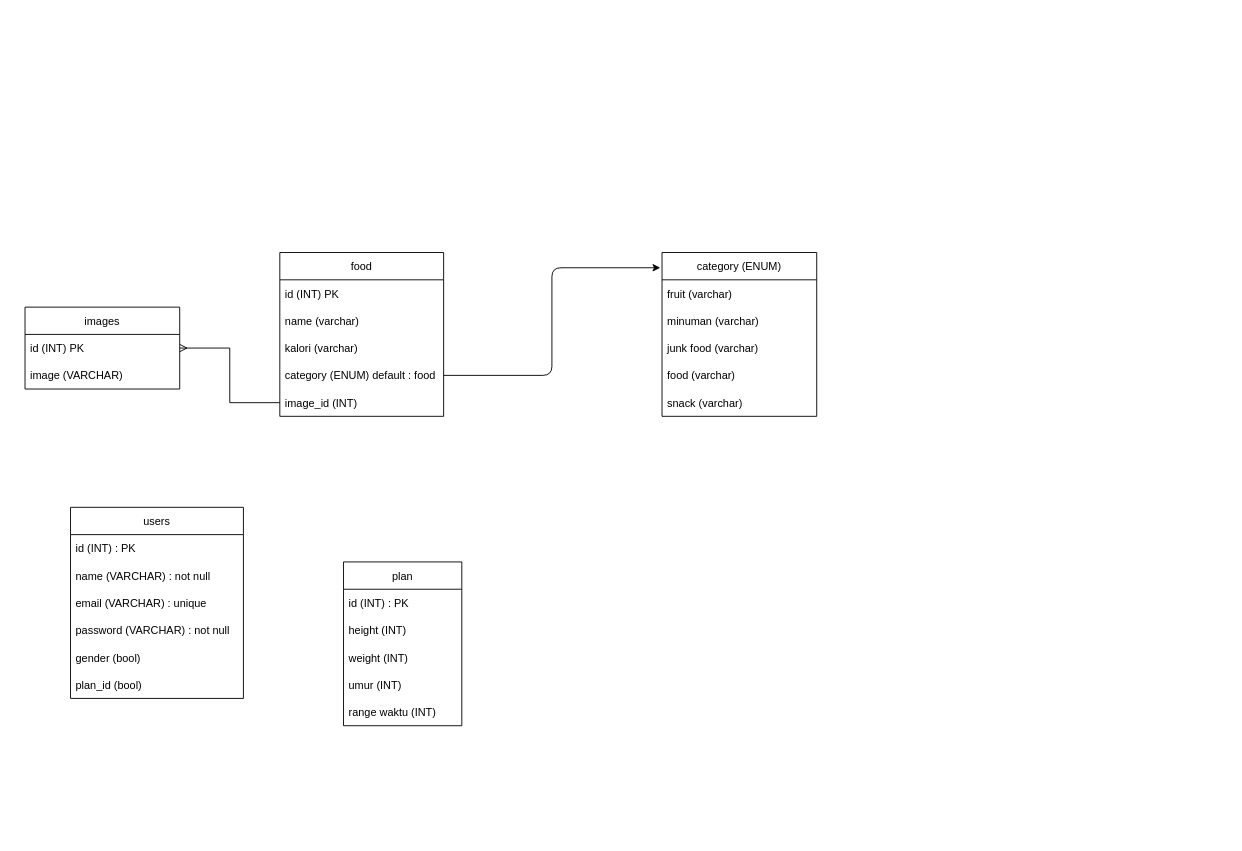
This is concepts/erd/ERD.drawio from FINAL-PROJECT-ALTA/BE, a draw.io file, before an edit. Source tidied: cells renumbered, new cells numbered last; positions are measured from the earlier drawing's top-left corner, leaving out a move shared by most shapes. Both pictures are drawn from the tidied source at 91%, with x=0, y=0 at pixel (25, 252).
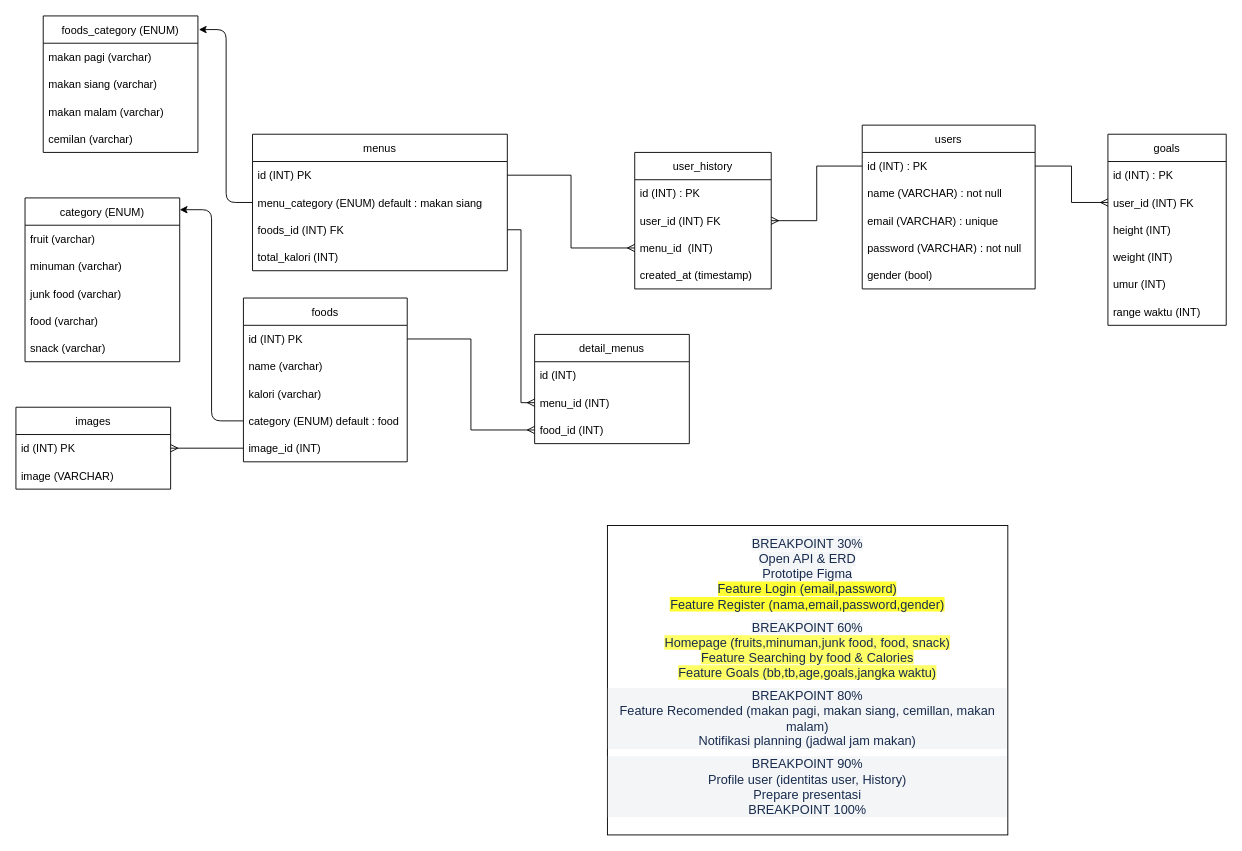
After the change.

The change refers to these unchanged cells:
```xml
<mxCell id="3" value="id (INT) : PK" style="text;strokeColor=none;fillColor=none;align=left;verticalAlign=middle;spacingLeft=4;spacingRight=4;overflow=hidden;points=[[0,0.5],[1,0.5]];portConstraint=eastwest;" parent="2" vertex="1">
  <mxGeometry y="30" width="190" height="30" as="geometry" />
</mxCell>
<mxCell id="20" value="id (INT) PK" style="text;strokeColor=none;fillColor=none;align=left;verticalAlign=middle;spacingLeft=4;spacingRight=4;overflow=hidden;points=[[0,0.5],[1,0.5]];portConstraint=eastwest;" parent="19" vertex="1">
  <mxGeometry y="30" width="180" height="30" as="geometry" />
</mxCell>
<mxCell id="23" value="category (ENUM) default : food" style="text;strokeColor=none;fillColor=none;align=left;verticalAlign=middle;spacingLeft=4;spacingRight=4;overflow=hidden;points=[[0,0.5],[1,0.5]];portConstraint=eastwest;" parent="19" vertex="1">
  <mxGeometry y="120" width="180" height="30" as="geometry" />
</mxCell>
```

Diff of the diagram source:
```diff
@@
     <mxCell id="2" value="users" style="swimlane;fontStyle=0;horizontal=1;startSize=30;" parent="1" vertex="1">
-      <mxGeometry x="50" y="280" width="190" height="210" as="geometry" />
+      <mxGeometry x="920" y="-140" width="190" height="180" as="geometry" />
     </mxCell>
@@
-    <mxCell id="8" value="plan_id (bool)" style="text;strokeColor=none;fillColor=none;align=left;verticalAlign=middle;spacingLeft=4;spacingRight=4;overflow=hidden;points=[[0,0.5],[1,0.5]];portConstraint=eastwest;" parent="2" vertex="1">
-      <mxGeometry y="180" width="190" height="30" as="geometry" />
-    </mxCell>
     <mxCell id="9" value="category (ENUM)" style="swimlane;fontStyle=0;horizontal=1;startSize=30;" parent="1" vertex="1">
-      <mxGeometry x="700" width="170" height="180" as="geometry" />
+      <mxGeometry y="-60" width="170" height="180" as="geometry" />
     </mxCell>
@@
     <mxCell id="15" value="images" style="swimlane;fontStyle=0;horizontal=1;startSize=30;" parent="1" vertex="1">
-      <mxGeometry y="60" width="170" height="90" as="geometry" />
+      <mxGeometry x="-10" y="170" width="170" height="90" as="geometry" />
     </mxCell>
@@
-    <mxCell id="19" value="food" style="swimlane;fontStyle=0;horizontal=1;startSize=30;" parent="1" vertex="1">
-      <mxGeometry x="280" width="180" height="180" as="geometry" />
+    <mxCell id="19" value="foods" style="swimlane;fontStyle=0;horizontal=1;startSize=30;" parent="1" vertex="1">
+      <mxGeometry x="240" y="50" width="180" height="180" as="geometry" />
     </mxCell>
@@
-    <mxCell id="25" value="plan" style="swimlane;fontStyle=0;horizontal=1;startSize=30;" parent="1" vertex="1">
-      <mxGeometry x="350" y="340" width="130" height="180" as="geometry" />
+    <mxCell id="25" value="goals" style="swimlane;fontStyle=0;horizontal=1;startSize=30;" parent="1" vertex="1">
+      <mxGeometry x="1190" y="-130" width="130" height="210" as="geometry" />
     </mxCell>
@@
+    <mxCell id="8" value="user_id (INT) FK" style="text;strokeColor=none;fillColor=none;align=left;verticalAlign=middle;spacingLeft=4;spacingRight=4;overflow=hidden;points=[[0,0.5],[1,0.5]];portConstraint=eastwest;" parent="25" vertex="1">
+      <mxGeometry y="60" width="130" height="30" as="geometry" />
+    </mxCell>
     <mxCell id="27" value="height (INT)" style="text;strokeColor=none;fillColor=none;align=left;verticalAlign=middle;spacingLeft=4;spacingRight=4;overflow=hidden;" parent="25" vertex="1">
-      <mxGeometry y="60" width="130" height="30" as="geometry" />
+      <mxGeometry y="90" width="130" height="30" as="geometry" />
     </mxCell>
     <mxCell id="28" value="weight (INT)" style="text;strokeColor=none;fillColor=none;align=left;verticalAlign=middle;spacingLeft=4;spacingRight=4;overflow=hidden;" parent="25" vertex="1">
-      <mxGeometry y="90" width="130" height="30" as="geometry" />
+      <mxGeometry y="120" width="130" height="30" as="geometry" />
     </mxCell>
     <mxCell id="29" value="umur (INT)" style="text;strokeColor=none;fillColor=none;align=left;verticalAlign=middle;spacingLeft=4;spacingRight=4;overflow=hidden;" parent="25" vertex="1">
-      <mxGeometry y="120" width="130" height="30" as="geometry" />
+      <mxGeometry y="150" width="130" height="30" as="geometry" />
     </mxCell>
     <mxCell id="30" value="range waktu (INT)" style="text;strokeColor=none;fillColor=none;align=left;verticalAlign=middle;spacingLeft=4;spacingRight=4;overflow=hidden;" parent="25" vertex="1">
-      <mxGeometry y="150" width="130" height="30" as="geometry" />
+      <mxGeometry y="180" width="130" height="30" as="geometry" />
     </mxCell>
-    <mxCell id="31" style="edgeStyle=elbowEdgeStyle;html=1;exitX=1;exitY=0.5;exitDx=0;exitDy=0;entryX=-0.011;entryY=0.093;entryDx=0;entryDy=0;entryPerimeter=0;" parent="1" edge="1" source="23" target="9">
+    <mxCell id="31" style="edgeStyle=elbowEdgeStyle;html=1;exitX=0;exitY=0.5;exitDx=0;exitDy=0;entryX=1;entryY=0.072;entryDx=0;entryDy=0;entryPerimeter=0;" parent="1" edge="1" source="23" target="9">
       <mxGeometry relative="1" as="geometry" />
     </mxCell>
+    <mxCell id="32" value="&lt;p dir=&quot;auto&quot; style=&quot;margin: 0px 0px 8px ; color: rgb(23 , 43 , 77) ; font-size: 14px&quot;&gt;&lt;span style=&quot;background-color: rgb(244 , 245 , 247)&quot;&gt;BREAKPOINT 30%&lt;/span&gt;&lt;br&gt;&lt;span style=&quot;background-color: rgb(244 , 245 , 247)&quot;&gt;Open API &amp;amp; ERD&lt;/span&gt;&lt;br&gt;&lt;span style=&quot;background-color: rgb(244 , 245 , 247)&quot;&gt;Prototipe Figma&lt;/span&gt;&lt;br&gt;&lt;span style=&quot;background-color: rgb(255 , 255 , 51)&quot;&gt;Feature Login (email,password)&lt;br&gt;Feature Register (nama,email,password,gender)&lt;/span&gt;&lt;/p&gt;&lt;p dir=&quot;auto&quot; style=&quot;margin: 0px 0px 8px ; color: rgb(23 , 43 , 77) ; font-size: 14px&quot;&gt;&lt;span style=&quot;background-color: rgb(244 , 245 , 247)&quot;&gt;BREAKPOINT 60%&lt;/span&gt;&lt;br&gt;&lt;span style=&quot;background-color: rgb(255 , 255 , 102)&quot;&gt;Homepage (fruits,minuman,junk food, food, snack)&lt;br&gt;Feature Searching by food &amp;amp; Calories&lt;/span&gt;&lt;br&gt;&lt;span style=&quot;background-color: rgb(255 , 255 , 102)&quot;&gt;Feature Goals (bb,tb,age,goals,jangka waktu)&lt;/span&gt;&lt;/p&gt;&lt;p dir=&quot;auto&quot; style=&quot;margin: 0px 0px 8px ; color: rgb(23 , 43 , 77) ; font-family: , &amp;#34;blinkmacsystemfont&amp;#34; , &amp;#34;segoe ui&amp;#34; , &amp;#34;roboto&amp;#34; , &amp;#34;noto sans&amp;#34; , &amp;#34;ubuntu&amp;#34; , &amp;#34;droid sans&amp;#34; , &amp;#34;helvetica neue&amp;#34; , sans-serif ; font-size: 14px ; background-color: rgb(244 , 245 , 247)&quot;&gt;BREAKPOINT 80%&lt;br&gt;Feature Recomended (makan pagi, makan siang, cemillan, makan malam)&lt;br&gt;Notifikasi planning (jadwal jam makan)&lt;/p&gt;&lt;p dir=&quot;auto&quot; style=&quot;margin: 0px 0px 8px ; color: rgb(23 , 43 , 77) ; font-family: , &amp;#34;blinkmacsystemfont&amp;#34; , &amp;#34;segoe ui&amp;#34; , &amp;#34;roboto&amp;#34; , &amp;#34;noto sans&amp;#34; , &amp;#34;ubuntu&amp;#34; , &amp;#34;droid sans&amp;#34; , &amp;#34;helvetica neue&amp;#34; , sans-serif ; font-size: 14px ; background-color: rgb(244 , 245 , 247)&quot;&gt;BREAKPOINT 90%&lt;br&gt;Profile user (identitas user, History)&lt;br&gt;Prepare presentasi&lt;br&gt;BREAKPOINT 100%&lt;/p&gt;" style="whiteSpace=wrap;html=1;" parent="1" vertex="1">
+      <mxGeometry x="640" y="300" width="440" height="340" as="geometry" />
+    </mxCell>
+    <mxCell id="33" value="menus" style="swimlane;fontStyle=0;horizontal=1;startSize=30;" parent="1" vertex="1">
+      <mxGeometry x="250" y="-130" width="280" height="150" as="geometry" />
+    </mxCell>
+    <mxCell id="34" value="id (INT) PK" style="text;strokeColor=none;fillColor=none;align=left;verticalAlign=middle;spacingLeft=4;spacingRight=4;overflow=hidden;points=[[0,0.5],[1,0.5]];portConstraint=eastwest;" parent="33" vertex="1">
+      <mxGeometry y="30" width="280" height="30" as="geometry" />
+    </mxCell>
+    <mxCell id="35" value="menu_category (ENUM) default : makan siang" style="text;strokeColor=none;fillColor=none;align=left;verticalAlign=middle;spacingLeft=4;spacingRight=4;overflow=hidden;points=[[0,0.5],[1,0.5]];portConstraint=eastwest;" parent="33" vertex="1">
+      <mxGeometry y="60" width="280" height="30" as="geometry" />
+    </mxCell>
+    <mxCell id="36" value="foods_id (INT) FK" style="text;strokeColor=none;fillColor=none;align=left;verticalAlign=middle;spacingLeft=4;spacingRight=4;overflow=hidden;points=[[0,0.5],[1,0.5]];portConstraint=eastwest;" parent="33" vertex="1">
+      <mxGeometry y="90" width="280" height="30" as="geometry" />
+    </mxCell>
+    <mxCell id="37" value="total_kalori (INT)" style="text;strokeColor=none;fillColor=none;align=left;verticalAlign=middle;spacingLeft=4;spacingRight=4;overflow=hidden;" parent="33" vertex="1">
+      <mxGeometry y="120" width="280" height="30" as="geometry" />
+    </mxCell>
+    <mxCell id="38" value="foods_category (ENUM)" style="swimlane;fontStyle=0;horizontal=1;startSize=30;" parent="1" vertex="1">
+      <mxGeometry x="20" y="-260" width="170" height="150" as="geometry" />
+    </mxCell>
+    <mxCell id="39" value="makan pagi (varchar)" style="text;strokeColor=none;fillColor=none;align=left;verticalAlign=middle;spacingLeft=4;spacingRight=4;overflow=hidden;" parent="38" vertex="1">
+      <mxGeometry y="30" width="170" height="30" as="geometry" />
+    </mxCell>
+    <mxCell id="40" value="makan siang (varchar)" style="text;strokeColor=none;fillColor=none;align=left;verticalAlign=middle;spacingLeft=4;spacingRight=4;overflow=hidden;" parent="38" vertex="1">
+      <mxGeometry y="60" width="170" height="30" as="geometry" />
+    </mxCell>
+    <mxCell id="41" value="makan malam (varchar)" style="text;strokeColor=none;fillColor=none;align=left;verticalAlign=middle;spacingLeft=4;spacingRight=4;overflow=hidden;" parent="38" vertex="1">
+      <mxGeometry y="90" width="170" height="30" as="geometry" />
+    </mxCell>
+    <mxCell id="42" value="cemilan (varchar)" style="text;strokeColor=none;fillColor=none;align=left;verticalAlign=middle;spacingLeft=4;spacingRight=4;overflow=hidden;" parent="38" vertex="1">
+      <mxGeometry y="120" width="170" height="30" as="geometry" />
+    </mxCell>
+    <mxCell id="43" style="edgeStyle=elbowEdgeStyle;fontSize=12;html=1;endArrow=ERmany;rounded=0;exitX=1;exitY=0.5;exitDx=0;exitDy=0;entryX=0;entryY=0.5;entryDx=0;entryDy=0;" parent="1" edge="1" source="36" target="46">
+      <mxGeometry relative="1" as="geometry" />
+    </mxCell>
+    <mxCell id="44" value="detail_menus" style="swimlane;fontStyle=0;horizontal=1;startSize=30;" parent="1" vertex="1">
+      <mxGeometry x="560" y="90" width="170" height="120" as="geometry" />
+    </mxCell>
+    <mxCell id="45" value="id (INT)" style="text;strokeColor=none;fillColor=none;align=left;verticalAlign=middle;spacingLeft=4;spacingRight=4;overflow=hidden;" parent="44" vertex="1">
+      <mxGeometry y="30" width="170" height="30" as="geometry" />
+    </mxCell>
+    <mxCell id="46" value="menu_id (INT)" style="text;strokeColor=none;fillColor=none;align=left;verticalAlign=middle;spacingLeft=4;spacingRight=4;overflow=hidden;points=[[0,0.5],[1,0.5]];portConstraint=eastwest;" parent="44" vertex="1">
+      <mxGeometry y="60" width="170" height="30" as="geometry" />
+    </mxCell>
+    <mxCell id="47" value="food_id (INT)" style="text;strokeColor=none;fillColor=none;align=left;verticalAlign=middle;spacingLeft=4;spacingRight=4;overflow=hidden;points=[[0,0.5],[1,0.5]];portConstraint=eastwest;" parent="44" vertex="1">
+      <mxGeometry y="90" width="170" height="30" as="geometry" />
+    </mxCell>
+    <mxCell id="48" style="edgeStyle=elbowEdgeStyle;fontSize=12;html=1;endArrow=ERmany;rounded=0;exitX=1;exitY=0.5;exitDx=0;exitDy=0;entryX=0;entryY=0.5;entryDx=0;entryDy=0;" parent="1" edge="1" source="20" target="47">
+      <mxGeometry relative="1" as="geometry" />
+    </mxCell>
+    <mxCell id="49" style="edgeStyle=elbowEdgeStyle;html=1;exitX=0;exitY=0.5;exitDx=0;exitDy=0;entryX=1.006;entryY=0.1;entryDx=0;entryDy=0;entryPerimeter=0;" parent="1" edge="1" source="35" target="38">
+      <mxGeometry relative="1" as="geometry" />
+    </mxCell>
+    <mxCell id="50" style="edgeStyle=elbowEdgeStyle;fontSize=12;html=1;endArrow=ERmany;rounded=0;exitX=1;exitY=0.5;exitDx=0;exitDy=0;entryX=0;entryY=0.5;entryDx=0;entryDy=0;" parent="1" edge="1" source="3" target="8">
+      <mxGeometry relative="1" as="geometry" />
+    </mxCell>
+    <mxCell id="51" value="user_history" style="swimlane;fontStyle=0;horizontal=1;startSize=30;" parent="1" vertex="1">
+      <mxGeometry x="670" y="-110" width="150" height="150" as="geometry" />
+    </mxCell>
+    <mxCell id="52" value="id (INT) : PK" style="text;strokeColor=none;fillColor=none;align=left;verticalAlign=middle;spacingLeft=4;spacingRight=4;overflow=hidden;" parent="51" vertex="1">
+      <mxGeometry y="30" width="150" height="30" as="geometry" />
+    </mxCell>
+    <mxCell id="53" value="user_id (INT) FK" style="text;strokeColor=none;fillColor=none;align=left;verticalAlign=middle;spacingLeft=4;spacingRight=4;overflow=hidden;points=[[0,0.5],[1,0.5]];portConstraint=eastwest;" parent="51" vertex="1">
+      <mxGeometry y="60" width="150" height="30" as="geometry" />
+    </mxCell>
+    <mxCell id="54" value="menu_id  (INT)" style="text;strokeColor=none;fillColor=none;align=left;verticalAlign=middle;spacingLeft=4;spacingRight=4;overflow=hidden;points=[[0,0.5],[1,0.5]];portConstraint=eastwest;" parent="51" vertex="1">
+      <mxGeometry y="90" width="150" height="30" as="geometry" />
+    </mxCell>
+    <mxCell id="55" value="created_at (timestamp)" style="text;strokeColor=none;fillColor=none;align=left;verticalAlign=middle;spacingLeft=4;spacingRight=4;overflow=hidden;" parent="51" vertex="1">
+      <mxGeometry y="120" width="150" height="30" as="geometry" />
+    </mxCell>
+    <mxCell id="56" style="edgeStyle=elbowEdgeStyle;fontSize=12;html=1;endArrow=ERmany;rounded=0;exitX=1;exitY=0.5;exitDx=0;exitDy=0;entryX=0;entryY=0.5;entryDx=0;entryDy=0;" parent="1" edge="1" source="34" target="54">
+      <mxGeometry relative="1" as="geometry" />
+    </mxCell>
+    <mxCell id="57" style="edgeStyle=elbowEdgeStyle;fontSize=12;html=1;endArrow=ERmany;rounded=0;exitX=0;exitY=0.5;exitDx=0;exitDy=0;entryX=1;entryY=0.5;entryDx=0;entryDy=0;" parent="1" edge="1" source="3" target="53">
+      <mxGeometry relative="1" as="geometry" />
+    </mxCell>
```
